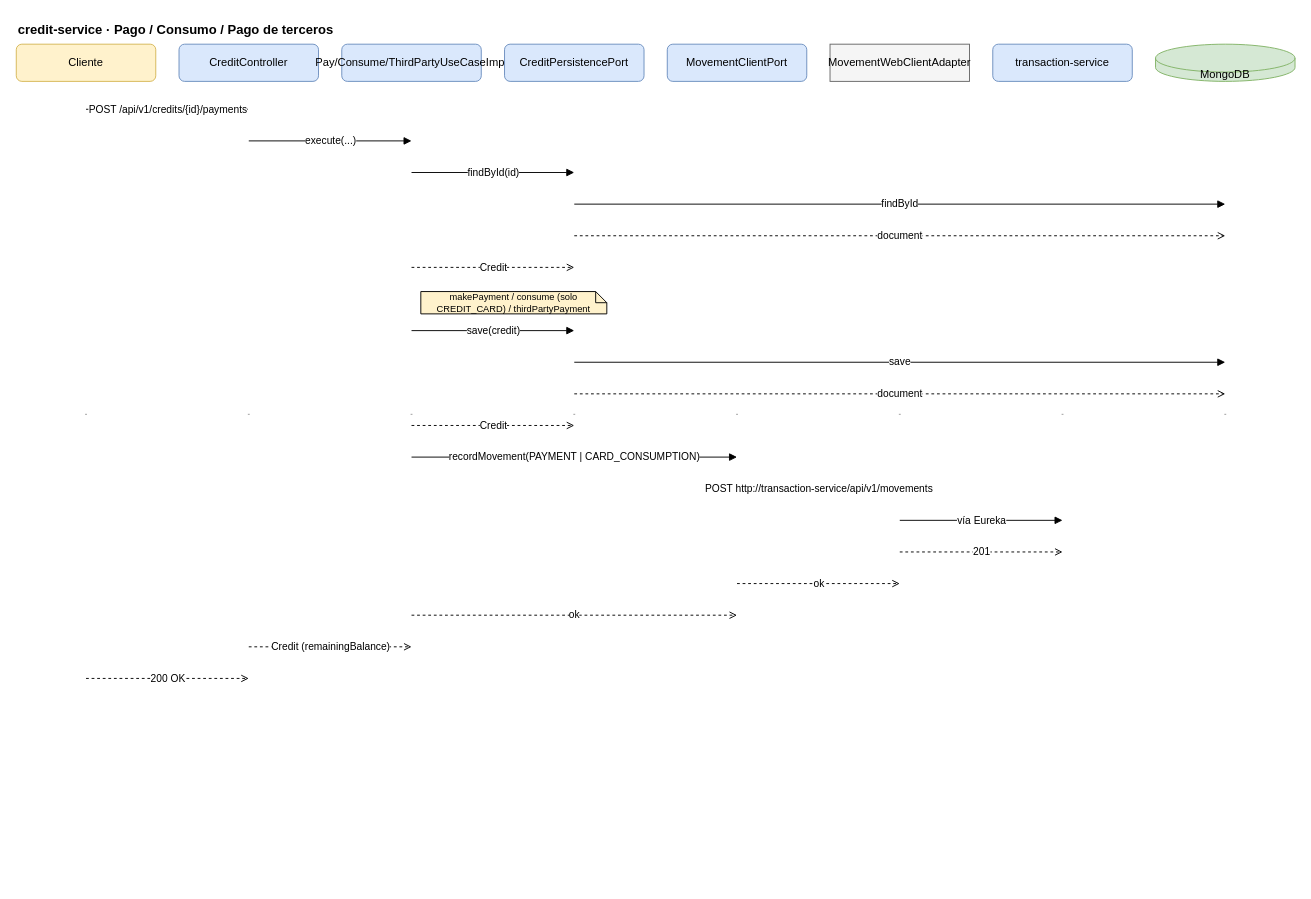
This is docs/diagrams/drawio/08-credit-operaciones.drawio from Zairex-Code/financial-core, a draw.io file, before an edit. Source tidied: cells renumbered, new cells numbered last; positions are measured from the earlier drawing's top-left corner, leaving out a move shared by most shapes. Both pictures are drawn from the tidied source at 93%, with x=0, y=0 at pixel (16, 16).
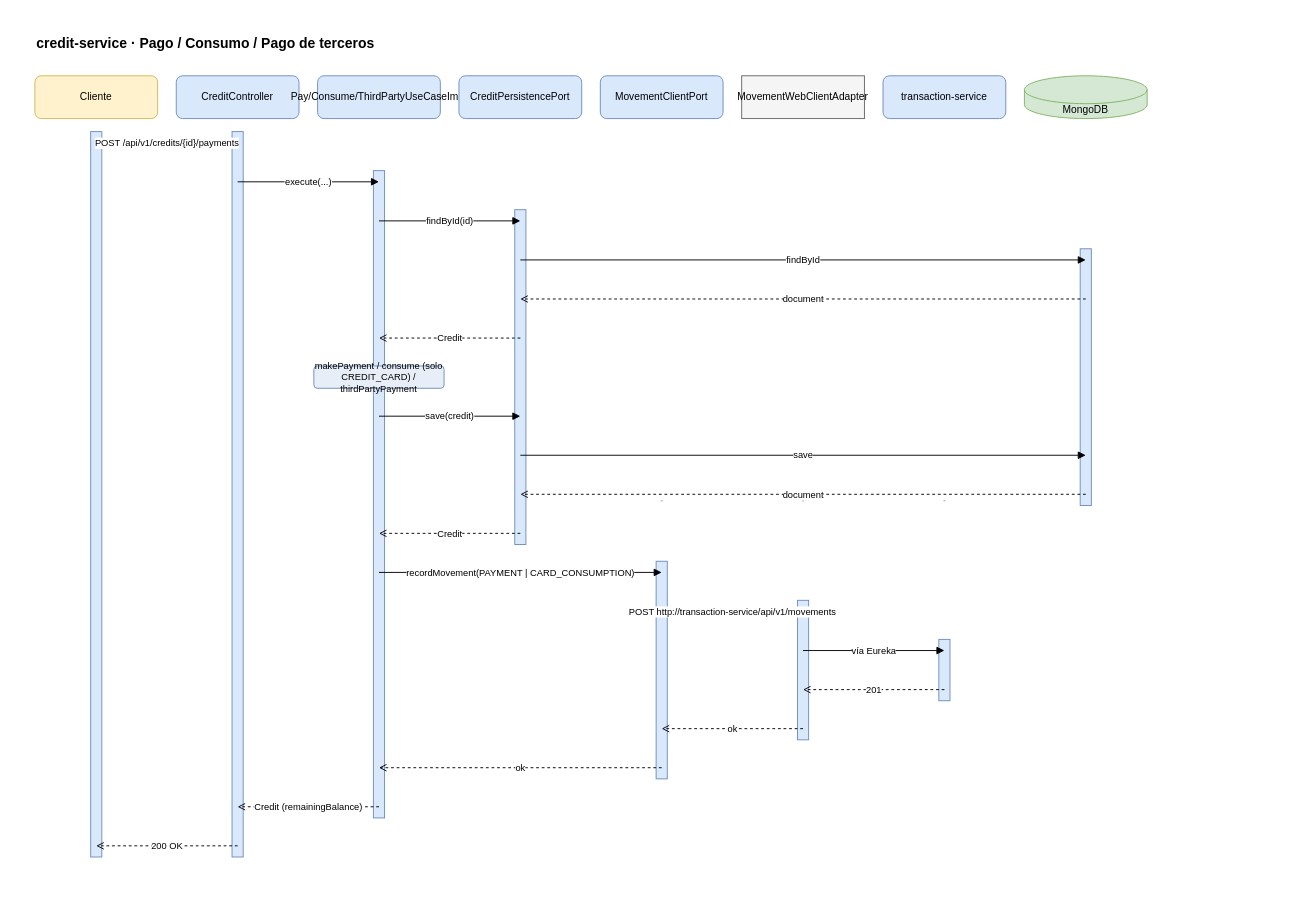
Above is the later version.

The edit, as a diff of the source:
```diff
@@
+    <mxCell id="10" value="credit-service · Pago / Consumo / Pago de terceros" style="text;html=1;align=left;fontSize=15;fontStyle=1;" parent="1" vertex="1">
+      <mxGeometry x="20" y="14" width="900" height="24" as="geometry" />
+    </mxCell>
-    <mxCell id="2" value="Cliente" style="rounded=1;whiteSpace=wrap;html=1;fillColor=#fff2cc;strokeColor=#d6b656;fontSize=12;" parent="1" vertex="1">
-      <mxGeometry y="30" width="150" height="40" as="geometry" />
+    <mxCell id="2" value="Cliente" style="rounded=1;whiteSpace=wrap;html=1;fillColor=#fff2cc;strokeColor=#d6b656;fontSize=11;" parent="1" vertex="1">
+      <mxGeometry x="20" y="64" width="132" height="46" as="geometry" />
     </mxCell>
-    <mxCell id="3" value="CreditController" style="rounded=1;whiteSpace=wrap;html=1;fillColor=#dae8fc;strokeColor=#6c8ebf;fontSize=12;" parent="1" vertex="1">
-      <mxGeometry x="175" y="30" width="150" height="40" as="geometry" />
+    <mxCell id="3" value="CreditController" style="rounded=1;whiteSpace=wrap;html=1;fillColor=#dae8fc;strokeColor=#6c8ebf;fontSize=11;fontStyle=0;" parent="1" vertex="1">
+      <mxGeometry x="172" y="64" width="132" height="46" as="geometry" />
     </mxCell>
-    <mxCell id="4" value="Pay/Consume/ThirdPartyUseCaseImpl" style="rounded=1;whiteSpace=wrap;html=1;fillColor=#dae8fc;strokeColor=#6c8ebf;fontSize=12;" parent="1" vertex="1">
-      <mxGeometry x="350" y="30" width="150" height="40" as="geometry" />
+    <mxCell id="4" value="Pay/Consume/ThirdPartyUseCaseImpl" style="rounded=1;whiteSpace=wrap;html=1;fillColor=#dae8fc;strokeColor=#6c8ebf;fontSize=11;fontStyle=0;" parent="1" vertex="1">
+      <mxGeometry x="324" y="64" width="132" height="46" as="geometry" />
     </mxCell>
-    <mxCell id="5" value="CreditPersistencePort" style="rounded=1;whiteSpace=wrap;html=1;fillColor=#dae8fc;strokeColor=#6c8ebf;fontSize=12;" parent="1" vertex="1">
-      <mxGeometry x="525" y="30" width="150" height="40" as="geometry" />
+    <mxCell id="5" value="CreditPersistencePort" style="rounded=1;whiteSpace=wrap;html=1;fillColor=#dae8fc;strokeColor=#6c8ebf;fontSize=11;fontStyle=0;" parent="1" vertex="1">
+      <mxGeometry x="476" y="64" width="132" height="46" as="geometry" />
     </mxCell>
-    <mxCell id="6" value="MovementClientPort" style="rounded=1;whiteSpace=wrap;html=1;fillColor=#dae8fc;strokeColor=#6c8ebf;fontSize=12;" parent="1" vertex="1">
-      <mxGeometry x="700" y="30" width="150" height="40" as="geometry" />
+    <mxCell id="6" value="MovementClientPort" style="rounded=1;whiteSpace=wrap;html=1;fillColor=#dae8fc;strokeColor=#6c8ebf;fontSize=11;fontStyle=0;" parent="1" vertex="1">
+      <mxGeometry x="628" y="64" width="132" height="46" as="geometry" />
     </mxCell>
-    <mxCell id="7" value="MovementWebClientAdapter" style="whiteSpace=wrap;html=1;fillColor=#f5f5f5;strokeColor=#666666;fontSize=12;" parent="1" vertex="1">
-      <mxGeometry x="875" y="30" width="150" height="40" as="geometry" />
+    <mxCell id="7" value="MovementWebClientAdapter" style="whiteSpace=wrap;html=1;fillColor=#f5f5f5;strokeColor=#666666;fontSize=11;" parent="1" vertex="1">
+      <mxGeometry x="780" y="64" width="132" height="46" as="geometry" />
     </mxCell>
-    <mxCell id="8" value="transaction-service" style="rounded=1;whiteSpace=wrap;html=1;fillColor=#dae8fc;strokeColor=#6c8ebf;fontSize=12;" parent="1" vertex="1">
-      <mxGeometry x="1050" y="30" width="150" height="40" as="geometry" />
+    <mxCell id="8" value="transaction-service" style="rounded=1;whiteSpace=wrap;html=1;fillColor=#dae8fc;strokeColor=#6c8ebf;fontSize=11;fontStyle=0;" parent="1" vertex="1">
+      <mxGeometry x="932" y="64" width="132" height="46" as="geometry" />
     </mxCell>
-    <mxCell id="9" value="MongoDB" style="shape=cylinder3;whiteSpace=wrap;html=1;fillColor=#d5e8d4;strokeColor=#82b366;boundedLbl=1;backgroundOutline=1;size=15;fontSize=12;" parent="1" vertex="1">
-      <mxGeometry x="1225" y="30" width="150" height="40" as="geometry" />
+    <mxCell id="9" value="MongoDB" style="shape=cylinder3;whiteSpace=wrap;html=1;fillColor=#d5e8d4;strokeColor=#82b366;boundedLbl=1;backgroundOutline=1;size=15;fontSize=11;" parent="1" vertex="1">
+      <mxGeometry x="1084" y="64" width="132" height="46" as="geometry" />
     </mxCell>
-    <mxCell id="10" value="credit-service · Pago / Consumo / Pago de terceros" style="text;html=1;align=left;fontSize=14;fontStyle=1;" parent="1" vertex="1">
-      <mxGeometry width="400" height="20" as="geometry" />
-    </mxCell>
     <mxCell id="11" style="shape=line;strokeColor=#999999;dashed=1;html=1;" parent="1" vertex="1">
-      <mxGeometry x="74" y="70" width="2" height="716" as="geometry" />
+      <mxGeometry x="85" y="110" width="2" height="822" as="geometry" />
     </mxCell>
     <mxCell id="12" style="shape=line;strokeColor=#999999;dashed=1;html=1;" parent="1" vertex="1">
-      <mxGeometry x="249" y="70" width="2" height="716" as="geometry" />
+      <mxGeometry x="237" y="110" width="2" height="822" as="geometry" />
     </mxCell>
     <mxCell id="13" style="shape=line;strokeColor=#999999;dashed=1;html=1;" parent="1" vertex="1">
-      <mxGeometry x="424" y="70" width="2" height="716" as="geometry" />
+      <mxGeometry x="389" y="110" width="2" height="822" as="geometry" />
     </mxCell>
     <mxCell id="14" style="shape=line;strokeColor=#999999;dashed=1;html=1;" parent="1" vertex="1">
-      <mxGeometry x="599" y="70" width="2" height="716" as="geometry" />
+      <mxGeometry x="541" y="110" width="2" height="822" as="geometry" />
     </mxCell>
     <mxCell id="15" style="shape=line;strokeColor=#999999;dashed=1;html=1;" parent="1" vertex="1">
-      <mxGeometry x="774" y="70" width="2" height="716" as="geometry" />
+      <mxGeometry x="693" y="110" width="2" height="822" as="geometry" />
     </mxCell>
     <mxCell id="16" style="shape=line;strokeColor=#999999;dashed=1;html=1;" parent="1" vertex="1">
-      <mxGeometry x="949" y="70" width="2" height="716" as="geometry" />
+      <mxGeometry x="845" y="110" width="2" height="822" as="geometry" />
     </mxCell>
     <mxCell id="17" style="shape=line;strokeColor=#999999;dashed=1;html=1;" parent="1" vertex="1">
-      <mxGeometry x="1124" y="70" width="2" height="716" as="geometry" />
+      <mxGeometry x="997" y="110" width="2" height="822" as="geometry" />
     </mxCell>
     <mxCell id="18" style="shape=line;strokeColor=#999999;dashed=1;html=1;" parent="1" vertex="1">
-      <mxGeometry x="1299" y="70" width="2" height="716" as="geometry" />
+      <mxGeometry x="1149" y="110" width="2" height="822" as="geometry" />
     </mxCell>
-    <mxCell id="19" value="makePayment / consume (solo CREDIT_CARD) / thirdPartyPayment" style="shape=note;whiteSpace=wrap;html=1;backgroundOutline=1;size=12;fillColor=#fff2cc;fontSize=10;" parent="1" vertex="1">
-      <mxGeometry x="435" y="296" width="200" height="24" as="geometry" />
-    </mxCell>
+    <mxCell id="38" style="rounded=0;html=1;fillColor=#dae8fc;strokeColor=#6c8ebf;" parent="1" vertex="1">
+      <mxGeometry x="80" y="124" width="12" height="780" as="geometry" />
+    </mxCell>
+    <mxCell id="39" style="rounded=0;html=1;fillColor=#dae8fc;strokeColor=#6c8ebf;" parent="1" vertex="1">
+      <mxGeometry x="232" y="124" width="12" height="780" as="geometry" />
+    </mxCell>
+    <mxCell id="40" style="rounded=0;html=1;fillColor=#dae8fc;strokeColor=#6c8ebf;" parent="1" vertex="1">
+      <mxGeometry x="384" y="166" width="12" height="696" as="geometry" />
+    </mxCell>
+    <mxCell id="41" style="rounded=0;html=1;fillColor=#dae8fc;strokeColor=#6c8ebf;" parent="1" vertex="1">
+      <mxGeometry x="536" y="208" width="12" height="360" as="geometry" />
+    </mxCell>
+    <mxCell id="42" style="rounded=0;html=1;fillColor=#dae8fc;strokeColor=#6c8ebf;" parent="1" vertex="1">
+      <mxGeometry x="688" y="586" width="12" height="234" as="geometry" />
+    </mxCell>
+    <mxCell id="43" style="rounded=0;html=1;fillColor=#dae8fc;strokeColor=#6c8ebf;" parent="1" vertex="1">
+      <mxGeometry x="840" y="628" width="12" height="150" as="geometry" />
+    </mxCell>
+    <mxCell id="44" style="rounded=0;html=1;fillColor=#dae8fc;strokeColor=#6c8ebf;" parent="1" vertex="1">
+      <mxGeometry x="992" y="670" width="12" height="66" as="geometry" />
+    </mxCell>
+    <mxCell id="45" style="rounded=0;html=1;fillColor=#dae8fc;strokeColor=#6c8ebf;" parent="1" vertex="1">
+      <mxGeometry x="1144" y="250" width="12" height="276" as="geometry" />
+    </mxCell>
-    <mxCell id="20" value="POST /api/v1/credits/{id}/payments" style="edgeStyle=orthogonalEdgeStyle;rounded=0;html=1;endArrow=block;fontSize=11;" parent="1" edge="1">
+    <mxCell id="20" value="POST /api/v1/credits/{id}/payments" style="edgeStyle=orthogonalEdgeStyle;rounded=0;html=1;endArrow=block;fontSize=10;labelBackgroundColor=#ffffff;" parent="1" edge="1">
       <mxGeometry relative="1" as="geometry">
-        <mxPoint x="75" y="100" as="sourcePoint" />
-        <mxPoint x="250" y="100" as="targetPoint" />
+        <mxPoint x="86" y="136" as="sourcePoint" />
+        <mxPoint x="238" y="136" as="targetPoint" />
       </mxGeometry>
     </mxCell>
-    <mxCell id="21" value="execute(...)" style="edgeStyle=orthogonalEdgeStyle;rounded=0;html=1;endArrow=block;fontSize=11;" parent="1" edge="1">
+    <mxCell id="21" value="execute(...)" style="edgeStyle=orthogonalEdgeStyle;rounded=0;html=1;endArrow=block;fontSize=10;labelBackgroundColor=#ffffff;" parent="1" edge="1">
       <mxGeometry relative="1" as="geometry">
-        <mxPoint x="250" y="134" as="sourcePoint" />
-        <mxPoint x="425" y="134" as="targetPoint" />
+        <mxPoint x="238" y="178" as="sourcePoint" />
+        <mxPoint x="390" y="178" as="targetPoint" />
       </mxGeometry>
     </mxCell>
-    <mxCell id="22" value="findById(id)" style="edgeStyle=orthogonalEdgeStyle;rounded=0;html=1;endArrow=block;fontSize=11;" parent="1" edge="1">
+    <mxCell id="22" value="findById(id)" style="edgeStyle=orthogonalEdgeStyle;rounded=0;html=1;endArrow=block;fontSize=10;labelBackgroundColor=#ffffff;" parent="1" edge="1">
       <mxGeometry relative="1" as="geometry">
-        <mxPoint x="425" y="168" as="sourcePoint" />
-        <mxPoint x="600" y="168" as="targetPoint" />
+        <mxPoint x="390" y="220" as="sourcePoint" />
+        <mxPoint x="542" y="220" as="targetPoint" />
       </mxGeometry>
     </mxCell>
-    <mxCell id="23" value="findById" style="edgeStyle=orthogonalEdgeStyle;rounded=0;html=1;endArrow=block;fontSize=11;" parent="1" edge="1">
+    <mxCell id="23" value="findById" style="edgeStyle=orthogonalEdgeStyle;rounded=0;html=1;endArrow=block;fontSize=10;labelBackgroundColor=#ffffff;" parent="1" edge="1">
       <mxGeometry relative="1" as="geometry">
-        <mxPoint x="600" y="202" as="sourcePoint" />
-        <mxPoint x="1300" y="202" as="targetPoint" />
+        <mxPoint x="542" y="262" as="sourcePoint" />
+        <mxPoint x="1150" y="262" as="targetPoint" />
       </mxGeometry>
     </mxCell>
-    <mxCell id="24" value="document" style="edgeStyle=orthogonalEdgeStyle;rounded=0;html=1;dashed=1;endArrow=open;fontSize=11;" parent="1" edge="1">
+    <mxCell id="24" value="document" style="edgeStyle=orthogonalEdgeStyle;rounded=0;html=1;dashed=1;endArrow=open;fontSize=10;labelBackgroundColor=#ffffff;" parent="1" edge="1">
       <mxGeometry relative="1" as="geometry">
-        <mxPoint x="600" y="236" as="sourcePoint" />
-        <mxPoint x="1300" y="236" as="targetPoint" />
+        <mxPoint x="1150" y="304" as="sourcePoint" />
+        <mxPoint x="542" y="304" as="targetPoint" />
       </mxGeometry>
     </mxCell>
-    <mxCell id="25" value="Credit" style="edgeStyle=orthogonalEdgeStyle;rounded=0;html=1;dashed=1;endArrow=open;fontSize=11;" parent="1" edge="1">
+    <mxCell id="25" value="Credit" style="edgeStyle=orthogonalEdgeStyle;rounded=0;html=1;dashed=1;endArrow=open;fontSize=10;labelBackgroundColor=#ffffff;" parent="1" edge="1">
       <mxGeometry relative="1" as="geometry">
-        <mxPoint x="425" y="270" as="sourcePoint" />
-        <mxPoint x="600" y="270" as="targetPoint" />
+        <mxPoint x="542" y="346" as="sourcePoint" />
+        <mxPoint x="390" y="346" as="targetPoint" />
       </mxGeometry>
     </mxCell>
+    <mxCell id="19" value="makePayment / consume (solo CREDIT_CARD) / thirdPartyPayment" style="rounded=1;whiteSpace=wrap;html=1;fillColor=#e8eef7;strokeColor=#6c8ebf;fontSize=10;" parent="1" vertex="1">
+      <mxGeometry x="320" y="376" width="140" height="24" as="geometry" />
+    </mxCell>
-    <mxCell id="26" value="save(credit)" style="edgeStyle=orthogonalEdgeStyle;rounded=0;html=1;endArrow=block;fontSize=11;" parent="1" edge="1">
+    <mxCell id="26" value="save(credit)" style="edgeStyle=orthogonalEdgeStyle;rounded=0;html=1;endArrow=block;fontSize=10;labelBackgroundColor=#ffffff;" parent="1" edge="1">
       <mxGeometry relative="1" as="geometry">
-        <mxPoint x="425" y="338" as="sourcePoint" />
-        <mxPoint x="600" y="338" as="targetPoint" />
+        <mxPoint x="390" y="430" as="sourcePoint" />
+        <mxPoint x="542" y="430" as="targetPoint" />
       </mxGeometry>
     </mxCell>
-    <mxCell id="27" value="save" style="edgeStyle=orthogonalEdgeStyle;rounded=0;html=1;endArrow=block;fontSize=11;" parent="1" edge="1">
+    <mxCell id="27" value="save" style="edgeStyle=orthogonalEdgeStyle;rounded=0;html=1;endArrow=block;fontSize=10;labelBackgroundColor=#ffffff;" parent="1" edge="1">
       <mxGeometry relative="1" as="geometry">
-        <mxPoint x="600" y="372" as="sourcePoint" />
-        <mxPoint x="1300" y="372" as="targetPoint" />
+        <mxPoint x="542" y="472" as="sourcePoint" />
+        <mxPoint x="1150" y="472" as="targetPoint" />
       </mxGeometry>
     </mxCell>
-    <mxCell id="28" value="document" style="edgeStyle=orthogonalEdgeStyle;rounded=0;html=1;dashed=1;endArrow=open;fontSize=11;" parent="1" edge="1">
+    <mxCell id="28" value="document" style="edgeStyle=orthogonalEdgeStyle;rounded=0;html=1;dashed=1;endArrow=open;fontSize=10;labelBackgroundColor=#ffffff;" parent="1" edge="1">
       <mxGeometry relative="1" as="geometry">
-        <mxPoint x="600" y="406" as="sourcePoint" />
-        <mxPoint x="1300" y="406" as="targetPoint" />
+        <mxPoint x="1150" y="514" as="sourcePoint" />
+        <mxPoint x="542" y="514" as="targetPoint" />
       </mxGeometry>
     </mxCell>
-    <mxCell id="29" value="Credit" style="edgeStyle=orthogonalEdgeStyle;rounded=0;html=1;dashed=1;endArrow=open;fontSize=11;" parent="1" edge="1">
+    <mxCell id="29" value="Credit" style="edgeStyle=orthogonalEdgeStyle;rounded=0;html=1;dashed=1;endArrow=open;fontSize=10;labelBackgroundColor=#ffffff;" parent="1" edge="1">
       <mxGeometry relative="1" as="geometry">
-        <mxPoint x="425" y="440" as="sourcePoint" />
-        <mxPoint x="600" y="440" as="targetPoint" />
+        <mxPoint x="542" y="556" as="sourcePoint" />
+        <mxPoint x="390" y="556" as="targetPoint" />
       </mxGeometry>
     </mxCell>
-    <mxCell id="30" value="recordMovement(PAYMENT | CARD_CONSUMPTION)" style="edgeStyle=orthogonalEdgeStyle;rounded=0;html=1;endArrow=block;fontSize=11;" parent="1" edge="1">
+    <mxCell id="30" value="recordMovement(PAYMENT | CARD_CONSUMPTION)" style="edgeStyle=orthogonalEdgeStyle;rounded=0;html=1;endArrow=block;fontSize=10;labelBackgroundColor=#ffffff;" parent="1" edge="1">
       <mxGeometry relative="1" as="geometry">
-        <mxPoint x="425" y="474" as="sourcePoint" />
-        <mxPoint x="775" y="474" as="targetPoint" />
+        <mxPoint x="390" y="598" as="sourcePoint" />
+        <mxPoint x="694" y="598" as="targetPoint" />
       </mxGeometry>
     </mxCell>
-    <mxCell id="31" value="POST http://transaction-service/api/v1/movements" style="edgeStyle=orthogonalEdgeStyle;rounded=0;html=1;endArrow=block;fontSize=11;" parent="1" edge="1">
+    <mxCell id="31" value="POST http://transaction-service/api/v1/movements" style="edgeStyle=orthogonalEdgeStyle;rounded=0;html=1;endArrow=block;fontSize=10;labelBackgroundColor=#ffffff;" parent="1" edge="1">
       <mxGeometry relative="1" as="geometry">
-        <mxPoint x="775" y="508" as="sourcePoint" />
-        <mxPoint x="950" y="508" as="targetPoint" />
+        <mxPoint x="694" y="640" as="sourcePoint" />
+        <mxPoint x="846" y="640" as="targetPoint" />
       </mxGeometry>
     </mxCell>
-    <mxCell id="32" value="vía Eureka" style="edgeStyle=orthogonalEdgeStyle;rounded=0;html=1;endArrow=block;fontSize=11;" parent="1" edge="1">
+    <mxCell id="32" value="vía Eureka" style="edgeStyle=orthogonalEdgeStyle;rounded=0;html=1;endArrow=block;fontSize=10;labelBackgroundColor=#ffffff;" parent="1" edge="1">
       <mxGeometry relative="1" as="geometry">
-        <mxPoint x="950" y="542" as="sourcePoint" />
-        <mxPoint x="1125" y="542" as="targetPoint" />
+        <mxPoint x="846" y="682" as="sourcePoint" />
+        <mxPoint x="998" y="682" as="targetPoint" />
       </mxGeometry>
     </mxCell>
-    <mxCell id="33" value="201" style="edgeStyle=orthogonalEdgeStyle;rounded=0;html=1;dashed=1;endArrow=open;fontSize=11;" parent="1" edge="1">
+    <mxCell id="33" value="201" style="edgeStyle=orthogonalEdgeStyle;rounded=0;html=1;dashed=1;endArrow=open;fontSize=10;labelBackgroundColor=#ffffff;" parent="1" edge="1">
       <mxGeometry relative="1" as="geometry">
-        <mxPoint x="950" y="576" as="sourcePoint" />
-        <mxPoint x="1125" y="576" as="targetPoint" />
+        <mxPoint x="998" y="724" as="sourcePoint" />
+        <mxPoint x="846" y="724" as="targetPoint" />
       </mxGeometry>
     </mxCell>
-    <mxCell id="34" value="ok" style="edgeStyle=orthogonalEdgeStyle;rounded=0;html=1;dashed=1;endArrow=open;fontSize=11;" parent="1" edge="1">
+    <mxCell id="34" value="ok" style="edgeStyle=orthogonalEdgeStyle;rounded=0;html=1;dashed=1;endArrow=open;fontSize=10;labelBackgroundColor=#ffffff;" parent="1" edge="1">
       <mxGeometry relative="1" as="geometry">
-        <mxPoint x="775" y="610" as="sourcePoint" />
-        <mxPoint x="950" y="610" as="targetPoint" />
+        <mxPoint x="846" y="766" as="sourcePoint" />
+        <mxPoint x="694" y="766" as="targetPoint" />
       </mxGeometry>
     </mxCell>
-    <mxCell id="35" value="ok" style="edgeStyle=orthogonalEdgeStyle;rounded=0;html=1;dashed=1;endArrow=open;fontSize=11;" parent="1" edge="1">
+    <mxCell id="35" value="ok" style="edgeStyle=orthogonalEdgeStyle;rounded=0;html=1;dashed=1;endArrow=open;fontSize=10;labelBackgroundColor=#ffffff;" parent="1" edge="1">
       <mxGeometry relative="1" as="geometry">
-        <mxPoint x="425" y="644" as="sourcePoint" />
-        <mxPoint x="775" y="644" as="targetPoint" />
+        <mxPoint x="694" y="808" as="sourcePoint" />
+        <mxPoint x="390" y="808" as="targetPoint" />
       </mxGeometry>
     </mxCell>
-    <mxCell id="36" value="Credit (remainingBalance)" style="edgeStyle=orthogonalEdgeStyle;rounded=0;html=1;dashed=1;endArrow=open;fontSize=11;" parent="1" edge="1">
+    <mxCell id="36" value="Credit (remainingBalance)" style="edgeStyle=orthogonalEdgeStyle;rounded=0;html=1;dashed=1;endArrow=open;fontSize=10;labelBackgroundColor=#ffffff;" parent="1" edge="1">
       <mxGeometry relative="1" as="geometry">
-        <mxPoint x="250" y="678" as="sourcePoint" />
-        <mxPoint x="425" y="678" as="targetPoint" />
+        <mxPoint x="390" y="850" as="sourcePoint" />
+        <mxPoint x="238" y="850" as="targetPoint" />
       </mxGeometry>
     </mxCell>
-    <mxCell id="37" value="200 OK" style="edgeStyle=orthogonalEdgeStyle;rounded=0;html=1;dashed=1;endArrow=open;fontSize=11;" parent="1" edge="1">
+    <mxCell id="37" value="200 OK" style="edgeStyle=orthogonalEdgeStyle;rounded=0;html=1;dashed=1;endArrow=open;fontSize=10;labelBackgroundColor=#ffffff;" parent="1" edge="1">
       <mxGeometry relative="1" as="geometry">
-        <mxPoint x="75" y="712" as="sourcePoint" />
-        <mxPoint x="250" y="712" as="targetPoint" />
+        <mxPoint x="238" y="892" as="sourcePoint" />
+        <mxPoint x="86" y="892" as="targetPoint" />
       </mxGeometry>
     </mxCell>
```
